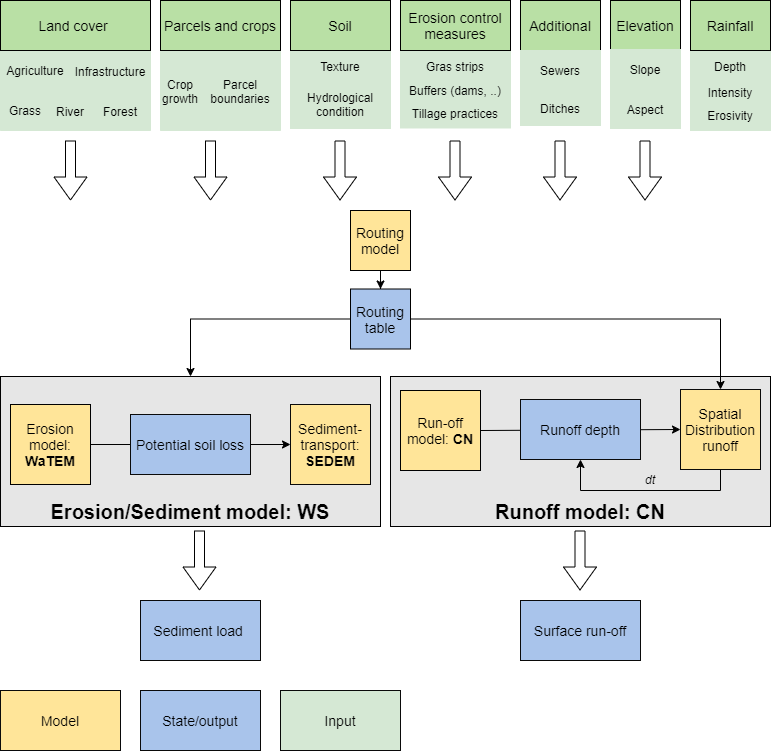
This is docs/_static/png/diagram_cn_ws_package.png from watem-sedem/watem-sedem, a draw.io export, as it was before one commit. Source tidied: cells renumbered, new cells last; positions are measured from the earlier drawing's top-left corner, leaving out a move shared by most shapes.
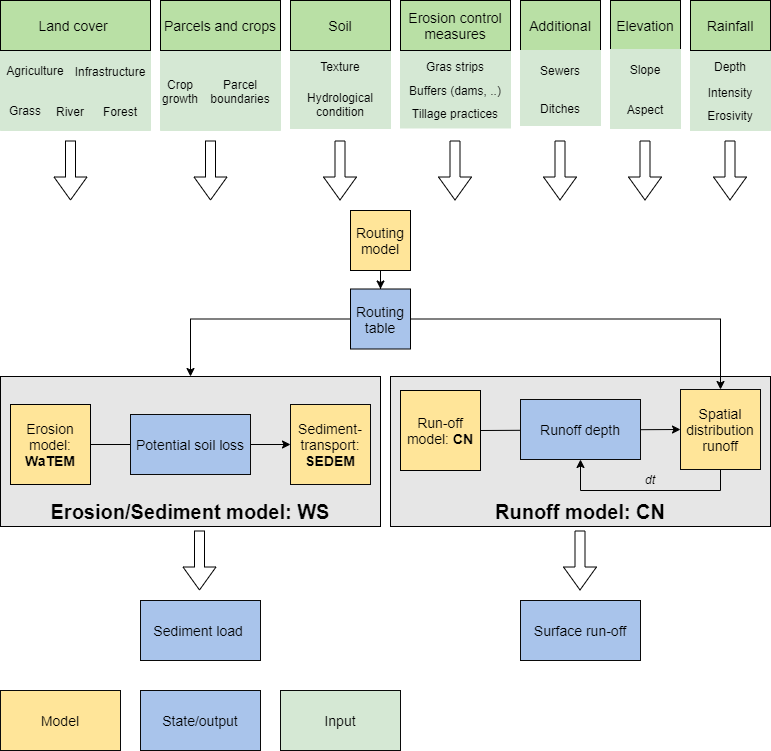
Later version of the same file.

Commit message:
added arrow to scheme for rainfall

Diff of the diagram source:
```diff
@@ -132,7 +132,7 @@
         </Array>
       </mxGeometry>
     </mxCell>
-    <mxCell id="44" value="Spatial Distribution runoff" style="rounded=0;whiteSpace=wrap;html=1;strokeColor=#0A0A0A;fillColor=#FFE599;fontSize=14;fontStyle=0;" parent="1" vertex="1">
+    <mxCell id="44" value="Spatial distribution runoff" style="rounded=0;whiteSpace=wrap;html=1;strokeColor=#0A0A0A;fillColor=#FFE599;fontSize=14;fontStyle=0;" parent="1" vertex="1">
       <mxGeometry x="680" y="389" width="80" height="80" as="geometry" />
     </mxCell>
     <mxCell id="45" value="Erosion model: &lt;b&gt;WaTEM&lt;/b&gt;" style="whiteSpace=wrap;html=1;fontSize=14;fontStyle=0;fillColor=#FFE599;" parent="1" vertex="1">
@@ -206,5 +206,11 @@
     <mxCell id="57" value="&lt;i&gt;dt&lt;/i&gt;" style="text;html=1;strokeColor=none;fillColor=none;align=center;verticalAlign=middle;whiteSpace=wrap;rounded=0;" parent="1" vertex="1">
       <mxGeometry x="630" y="469" width="40" height="20" as="geometry" />
     </mxCell>
+    <mxCell id="58" style="shape=flexArrow;endArrow=classic;html=1;endWidth=22;endSize=7.33;verticalAlign=middle;" parent="1" edge="1">
+      <mxGeometry relative="1" as="geometry">
+        <mxPoint x="729.5" y="140" as="sourcePoint" />
+        <mxPoint x="729.5" y="200" as="targetPoint" />
+      </mxGeometry>
+    </mxCell>
   </root>
 </mxGraphModel>
```
